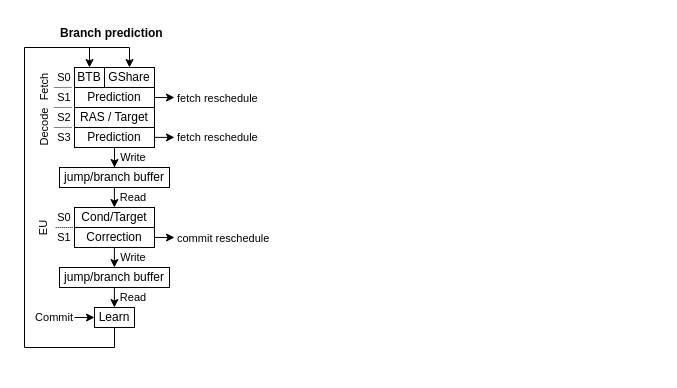
SpinalHDL/NaxRiscv-Rtd keeps this draw.io diagram as page "prediction" (5 of 11) of source/asset/miaou.drawio. Above is the earlier version. Source tidied: cells renumbered, new cells numbered last; positions are measured from the earlier drawing's top-left corner, leaving out a move shared by most shapes. Both pictures are drawn from the tidied source at 100%, with x=0, y=0 at pixel (14, 17).
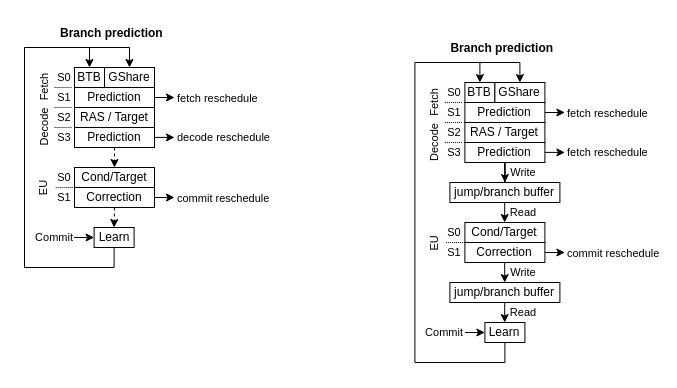
Above is the later version.

The change refers to these unchanged cells:
```xml
<mxCell id="4" value="GShare" style="rounded=0;whiteSpace=wrap;html=1;" parent="1" vertex="1">
  <mxGeometry x="90" y="50" width="50" height="20" as="geometry" />
</mxCell>
<mxCell id="10" value="Prediction" style="rounded=0;whiteSpace=wrap;html=1;" parent="1" vertex="1">
  <mxGeometry x="60" y="110" width="80" height="20" as="geometry" />
</mxCell>
<mxCell id="11" style="edgeStyle=orthogonalEdgeStyle;rounded=0;orthogonalLoop=1;jettySize=auto;html=1;labelBackgroundColor=none;endArrow=classic;endFill=1;exitX=1;exitY=0.5;exitDx=0;exitDy=0;" parent="1" edge="1">
  <mxGeometry relative="1" as="geometry">
    <mxPoint x="140" y="119.9" as="sourcePoint" />
    <mxPoint x="160" y="119.9" as="targetPoint" />
  </mxGeometry>
</mxCell>
```

What changed in the source:
```diff
@@
-    <mxCell id="9" style="edgeStyle=orthogonalEdgeStyle;rounded=0;jettySize=auto;html=1;entryX=0.5;entryY=0;entryDx=0;entryDy=0;labelBackgroundColor=none;endArrow=classic;endFill=1;" parent="1" edge="1" source="10" target="20">
-      <mxGeometry relative="1" as="geometry" />
-    </mxCell>
@@
-    <mxCell id="12" value="fetch reschedule" style="edgeLabel;html=1;align=left;verticalAlign=middle;labelBackgroundColor=none;" parent="11" vertex="1">
+    <mxCell id="12" value="decode reschedule" style="edgeLabel;html=1;align=left;verticalAlign=middle;labelBackgroundColor=none;" parent="11" vertex="1">
       <mxGeometry x="0.46" y="-2" relative="1" as="geometry">
         <mxPoint x="6" y="-2" as="offset" />
       </mxGeometry>
     </mxCell>
@@
-    <mxCell id="20" value="jump/branch buffer" style="rounded=0;whiteSpace=wrap;html=1;" parent="1" vertex="1">
-      <mxGeometry x="45" y="150" width="110" height="20" as="geometry" />
-    </mxCell>
     <mxCell id="21" value="S0" style="text;html=1;strokeColor=none;fillColor=none;align=center;verticalAlign=middle;whiteSpace=wrap;rounded=0;dashed=1;dashPattern=1 1;labelBackgroundColor=none;fontSize=11;" parent="1" vertex="1">
-      <mxGeometry x="40" y="190" width="20" height="20" as="geometry" />
+      <mxGeometry x="40" y="150" width="20" height="20" as="geometry" />
     </mxCell>
@@
     <mxCell id="24" value="EU" style="text;html=1;strokeColor=none;fillColor=none;align=center;verticalAlign=middle;whiteSpace=wrap;rounded=0;dashed=1;dashPattern=1 1;labelBackgroundColor=none;fontSize=11;rotation=-90;" parent="1" vertex="1">
-      <mxGeometry x="10" y="200.8" width="39.2" height="19.2" as="geometry" />
+      <mxGeometry x="10" y="160.8" width="39.2" height="19.2" as="geometry" />
     </mxCell>
     <mxCell id="25" style="endArrow=none;html=1;rounded=0;dashed=1;dashPattern=1 1;" parent="1" edge="1">
       <mxGeometry relative="1" as="geometry">
-        <mxPoint x="41.2" y="210.1" as="sourcePoint" />
-        <mxPoint x="58.8" y="210" as="targetPoint" />
+        <mxPoint x="41.2" y="170.1" as="sourcePoint" />
+        <mxPoint x="58.8" y="170" as="targetPoint" />
       </mxGeometry>
     </mxCell>
-    <mxCell id="26" style="edgeStyle=orthogonalEdgeStyle;rounded=0;orthogonalLoop=1;jettySize=auto;html=1;entryX=0.5;entryY=0;entryDx=0;entryDy=0;labelBackgroundColor=none;endArrow=classic;endFill=1;" parent="1" edge="1">
-      <mxGeometry relative="1" as="geometry">
-        <mxPoint x="99.9" y="170" as="sourcePoint" />
-        <mxPoint x="99.9" y="190" as="targetPoint" />
-      </mxGeometry>
+    <mxCell id="26" style="edgeStyle=orthogonalEdgeStyle;rounded=0;jettySize=auto;html=1;entryX=0.5;entryY=0;entryDx=0;entryDy=0;labelBackgroundColor=none;endArrow=classic;endFill=1;exitX=0.5;exitY=1;exitDx=0;exitDy=0;dashed=1;" parent="1" edge="1" source="10" target="27">
+      <mxGeometry relative="1" as="geometry" />
     </mxCell>
     <mxCell id="27" value="Cond/Target" style="rounded=0;whiteSpace=wrap;html=1;" parent="1" vertex="1">
-      <mxGeometry x="60" y="190" width="80" height="20" as="geometry" />
+      <mxGeometry x="60" y="150" width="80" height="20" as="geometry" />
     </mxCell>
     <mxCell id="28" value="Correction" style="rounded=0;whiteSpace=wrap;html=1;" parent="1" vertex="1">
-      <mxGeometry x="60" y="210" width="80" height="20" as="geometry" />
+      <mxGeometry x="60" y="170" width="80" height="20" as="geometry" />
     </mxCell>
     <mxCell id="29" value="S1" style="text;html=1;strokeColor=none;fillColor=none;align=center;verticalAlign=middle;whiteSpace=wrap;rounded=0;dashed=1;dashPattern=1 1;labelBackgroundColor=none;fontSize=11;" parent="1" vertex="1">
-      <mxGeometry x="40" y="210" width="20" height="20" as="geometry" />
+      <mxGeometry x="40" y="170" width="20" height="20" as="geometry" />
     </mxCell>
-    <mxCell id="30" value="jump/branch buffer" style="rounded=0;whiteSpace=wrap;html=1;" parent="1" vertex="1">
-      <mxGeometry x="45" y="250" width="110" height="20" as="geometry" />
-    </mxCell>
-    <mxCell id="31" style="edgeStyle=orthogonalEdgeStyle;rounded=0;orthogonalLoop=1;jettySize=auto;html=1;entryX=0.5;entryY=0;entryDx=0;entryDy=0;labelBackgroundColor=none;endArrow=classic;endFill=1;" parent="1" edge="1">
-      <mxGeometry relative="1" as="geometry">
-        <mxPoint x="99.9" y="230" as="sourcePoint" />
-        <mxPoint x="99.9" y="250" as="targetPoint" />
-      </mxGeometry>
-    </mxCell>
-    <mxCell id="32" value="Write" style="text;html=1;strokeColor=none;fillColor=none;align=center;verticalAlign=middle;whiteSpace=wrap;rounded=0;dashed=1;dashPattern=1 1;labelBackgroundColor=none;fontSize=11;" parent="1" vertex="1">
-      <mxGeometry x="109" y="130" width="20" height="20" as="geometry" />
-    </mxCell>
-    <mxCell id="33" value="Read" style="text;html=1;strokeColor=none;fillColor=none;align=center;verticalAlign=middle;whiteSpace=wrap;rounded=0;dashed=1;dashPattern=1 1;labelBackgroundColor=none;fontSize=11;" parent="1" vertex="1">
-      <mxGeometry x="109" y="170" width="20" height="20" as="geometry" />
-    </mxCell>
-    <mxCell id="34" value="Write" style="text;html=1;strokeColor=none;fillColor=none;align=center;verticalAlign=middle;whiteSpace=wrap;rounded=0;dashed=1;dashPattern=1 1;labelBackgroundColor=none;fontSize=11;" parent="1" vertex="1">
-      <mxGeometry x="109" y="230" width="20" height="20" as="geometry" />
-    </mxCell>
-    <mxCell id="35" style="edgeStyle=orthogonalEdgeStyle;rounded=0;orthogonalLoop=1;jettySize=auto;html=1;entryX=0.5;entryY=0;entryDx=0;entryDy=0;labelBackgroundColor=none;endArrow=classic;endFill=1;" parent="1" edge="1">
-      <mxGeometry relative="1" as="geometry">
-        <mxPoint x="99.9" y="270" as="sourcePoint" />
-        <mxPoint x="99.9" y="290" as="targetPoint" />
-      </mxGeometry>
+    <mxCell id="35" style="edgeStyle=orthogonalEdgeStyle;rounded=0;jettySize=auto;html=1;entryX=0.5;entryY=0;entryDx=0;entryDy=0;labelBackgroundColor=none;endArrow=classic;endFill=1;exitX=0.5;exitY=1;exitDx=0;exitDy=0;dashed=1;" parent="1" edge="1" source="28" target="38">
+      <mxGeometry relative="1" as="geometry" />
     </mxCell>
-    <mxCell id="36" value="Read" style="text;html=1;strokeColor=none;fillColor=none;align=center;verticalAlign=middle;whiteSpace=wrap;rounded=0;dashed=1;dashPattern=1 1;labelBackgroundColor=none;fontSize=11;" parent="1" vertex="1">
-      <mxGeometry x="109" y="270" width="20" height="20" as="geometry" />
-    </mxCell>
     <mxCell id="37" style="edgeStyle=orthogonalEdgeStyle;rounded=0;jettySize=auto;html=1;entryX=0.5;entryY=0;entryDx=0;entryDy=0;labelBackgroundColor=none;endArrow=classic;endFill=1;" parent="1" edge="1" source="38" target="4">
       <mxGeometry relative="1" as="geometry">
         <Array as="points">
-          <mxPoint x="100" y="330" />
-          <mxPoint x="10" y="330" />
+          <mxPoint x="100" y="250" />
+          <mxPoint x="10" y="250" />
           <mxPoint x="10" y="30" />
           <mxPoint x="115" y="30" />
         </Array>
       </mxGeometry>
     </mxCell>
     <mxCell id="38" value="Learn" style="rounded=0;whiteSpace=wrap;html=1;" parent="1" vertex="1">
-      <mxGeometry x="80" y="290" width="40" height="20" as="geometry" />
+      <mxGeometry x="79.6" y="210" width="40" height="20" as="geometry" />
     </mxCell>
     <mxCell id="39" value="Commit" style="edgeStyle=orthogonalEdgeStyle;rounded=0;orthogonalLoop=1;jettySize=auto;html=1;labelBackgroundColor=none;endArrow=classic;endFill=1;align=right;" parent="1" edge="1">
       <mxGeometry x="-1" relative="1" as="geometry">
-        <mxPoint x="60" y="300" as="sourcePoint" />
-        <mxPoint x="80" y="300" as="targetPoint" />
+        <mxPoint x="59.6" y="220" as="sourcePoint" />
+        <mxPoint x="79.6" y="220" as="targetPoint" />
       </mxGeometry>
     </mxCell>
@@
     <mxCell id="41" style="edgeStyle=orthogonalEdgeStyle;rounded=0;orthogonalLoop=1;jettySize=auto;html=1;labelBackgroundColor=none;endArrow=classic;endFill=1;exitX=1;exitY=0.5;exitDx=0;exitDy=0;" parent="1" edge="1">
       <mxGeometry relative="1" as="geometry">
-        <mxPoint x="140" y="220" as="sourcePoint" />
-        <mxPoint x="160" y="220" as="targetPoint" />
+        <mxPoint x="140" y="180" as="sourcePoint" />
+        <mxPoint x="160" y="180" as="targetPoint" />
       </mxGeometry>
     </mxCell>
@@
+    <mxCell id="43" style="edgeStyle=orthogonalEdgeStyle;rounded=0;jettySize=auto;html=1;labelBackgroundColor=none;endArrow=none;endFill=0;startArrow=classic;startFill=1;" parent="1" edge="1" source="44">
+      <mxGeometry relative="1" as="geometry">
+        <mxPoint x="465.4" y="45" as="targetPoint" />
+      </mxGeometry>
+    </mxCell>
+    <mxCell id="44" value="BTB" style="rounded=0;whiteSpace=wrap;html=1;" parent="1" vertex="1">
+      <mxGeometry x="450.4" y="65" width="30" height="20" as="geometry" />
+    </mxCell>
+    <mxCell id="45" value="GShare" style="rounded=0;whiteSpace=wrap;html=1;" parent="1" vertex="1">
+      <mxGeometry x="480.4" y="65" width="50" height="20" as="geometry" />
+    </mxCell>
+    <mxCell id="46" style="edgeStyle=orthogonalEdgeStyle;rounded=0;jettySize=auto;html=1;labelBackgroundColor=none;endArrow=classic;endFill=1;exitX=1;exitY=0.5;exitDx=0;exitDy=0;" parent="1" edge="1" source="48">
+      <mxGeometry relative="1" as="geometry">
+        <mxPoint x="550.4" y="95" as="targetPoint" />
+      </mxGeometry>
+    </mxCell>
+    <mxCell id="47" value="fetch reschedule" style="edgeLabel;html=1;align=left;verticalAlign=middle;labelBackgroundColor=none;" parent="46" vertex="1">
+      <mxGeometry x="0.46" y="-2" relative="1" as="geometry">
+        <mxPoint x="6" y="-2" as="offset" />
+      </mxGeometry>
+    </mxCell>
+    <mxCell id="48" value="Prediction" style="rounded=0;whiteSpace=wrap;html=1;" parent="1" vertex="1">
+      <mxGeometry x="450.4" y="85" width="80" height="20" as="geometry" />
+    </mxCell>
+    <mxCell id="49" value="RAS / Target" style="rounded=0;whiteSpace=wrap;html=1;" parent="1" vertex="1">
+      <mxGeometry x="450.4" y="105" width="80" height="20" as="geometry" />
+    </mxCell>
+    <mxCell id="50" style="edgeStyle=orthogonalEdgeStyle;rounded=0;jettySize=auto;html=1;entryX=0.5;entryY=0;entryDx=0;entryDy=0;labelBackgroundColor=none;endArrow=classic;endFill=1;" parent="1" edge="1" source="51" target="61">
+      <mxGeometry relative="1" as="geometry" />
+    </mxCell>
+    <mxCell id="51" value="Prediction" style="rounded=0;whiteSpace=wrap;html=1;" parent="1" vertex="1">
+      <mxGeometry x="450.4" y="125" width="80" height="20" as="geometry" />
+    </mxCell>
+    <mxCell id="52" style="edgeStyle=orthogonalEdgeStyle;rounded=0;orthogonalLoop=1;jettySize=auto;html=1;labelBackgroundColor=none;endArrow=classic;endFill=1;exitX=1;exitY=0.5;exitDx=0;exitDy=0;" parent="1" edge="1">
+      <mxGeometry relative="1" as="geometry">
+        <mxPoint x="530.4" y="134.9" as="sourcePoint" />
+        <mxPoint x="550.4" y="134.9" as="targetPoint" />
+      </mxGeometry>
+    </mxCell>
+    <mxCell id="53" value="fetch reschedule" style="edgeLabel;html=1;align=left;verticalAlign=middle;labelBackgroundColor=none;" parent="52" vertex="1">
+      <mxGeometry x="0.46" y="-2" relative="1" as="geometry">
+        <mxPoint x="6" y="-2" as="offset" />
+      </mxGeometry>
+    </mxCell>
+    <mxCell id="54" value="S0" style="text;html=1;strokeColor=none;fillColor=none;align=center;verticalAlign=middle;whiteSpace=wrap;rounded=0;dashed=1;dashPattern=1 1;labelBackgroundColor=none;fontSize=11;" parent="1" vertex="1">
+      <mxGeometry x="430.4" y="65" width="20" height="20" as="geometry" />
+    </mxCell>
+    <mxCell id="55" style="endArrow=none;html=1;rounded=0;dashed=1;dashPattern=1 1;" parent="1" edge="1">
+      <mxGeometry relative="1" as="geometry">
+        <mxPoint x="430.4" y="85" as="sourcePoint" />
+        <mxPoint x="447.9" y="84.9" as="targetPoint" />
+      </mxGeometry>
+    </mxCell>
+    <mxCell id="56" value="S1" style="text;html=1;strokeColor=none;fillColor=none;align=center;verticalAlign=middle;whiteSpace=wrap;rounded=0;dashed=1;dashPattern=1 1;labelBackgroundColor=none;fontSize=11;" parent="1" vertex="1">
+      <mxGeometry x="430.4" y="85" width="20" height="20" as="geometry" />
+    </mxCell>
+    <mxCell id="57" style="endArrow=none;html=1;rounded=0;dashed=1;dashPattern=1 1;" parent="1" edge="1">
+      <mxGeometry relative="1" as="geometry">
+        <mxPoint x="430.4" y="105" as="sourcePoint" />
+        <mxPoint x="447.9" y="104.9" as="targetPoint" />
+      </mxGeometry>
+    </mxCell>
+    <mxCell id="58" value="S2" style="text;html=1;strokeColor=none;fillColor=none;align=center;verticalAlign=middle;whiteSpace=wrap;rounded=0;dashed=1;dashPattern=1 1;labelBackgroundColor=none;fontSize=11;" parent="1" vertex="1">
+      <mxGeometry x="430.4" y="105" width="20" height="20" as="geometry" />
+    </mxCell>
+    <mxCell id="59" style="endArrow=none;html=1;rounded=0;dashed=1;dashPattern=1 1;" parent="1" edge="1">
+      <mxGeometry relative="1" as="geometry">
+        <mxPoint x="430.4" y="125" as="sourcePoint" />
+        <mxPoint x="447.9" y="124.9" as="targetPoint" />
+      </mxGeometry>
+    </mxCell>
+    <mxCell id="60" value="S3" style="text;html=1;strokeColor=none;fillColor=none;align=center;verticalAlign=middle;whiteSpace=wrap;rounded=0;dashed=1;dashPattern=1 1;labelBackgroundColor=none;fontSize=11;" parent="1" vertex="1">
+      <mxGeometry x="430.4" y="125" width="20" height="20" as="geometry" />
+    </mxCell>
+    <mxCell id="61" value="jump/branch buffer" style="rounded=0;whiteSpace=wrap;html=1;" parent="1" vertex="1">
+      <mxGeometry x="435.4" y="165" width="110" height="20" as="geometry" />
+    </mxCell>
+    <mxCell id="62" value="S0" style="text;html=1;strokeColor=none;fillColor=none;align=center;verticalAlign=middle;whiteSpace=wrap;rounded=0;dashed=1;dashPattern=1 1;labelBackgroundColor=none;fontSize=11;" parent="1" vertex="1">
+      <mxGeometry x="430.4" y="205" width="20" height="20" as="geometry" />
+    </mxCell>
+    <mxCell id="63" value="Fetch" style="text;html=1;strokeColor=none;fillColor=none;align=center;verticalAlign=middle;whiteSpace=wrap;rounded=0;dashed=1;dashPattern=1 1;labelBackgroundColor=none;fontSize=11;rotation=-90;" parent="1" vertex="1">
+      <mxGeometry x="390" y="75" width="60" height="20" as="geometry" />
+    </mxCell>
+    <mxCell id="64" value="Decode" style="text;html=1;strokeColor=none;fillColor=none;align=center;verticalAlign=middle;whiteSpace=wrap;rounded=0;dashed=1;dashPattern=1 1;labelBackgroundColor=none;fontSize=11;rotation=-90;" parent="1" vertex="1">
+      <mxGeometry x="410" y="115" width="20" height="20" as="geometry" />
+    </mxCell>
+    <mxCell id="65" value="EU" style="text;html=1;strokeColor=none;fillColor=none;align=center;verticalAlign=middle;whiteSpace=wrap;rounded=0;dashed=1;dashPattern=1 1;labelBackgroundColor=none;fontSize=11;rotation=-90;" parent="1" vertex="1">
+      <mxGeometry x="400.4" y="215.8" width="39.2" height="19.2" as="geometry" />
+    </mxCell>
+    <mxCell id="66" style="endArrow=none;html=1;rounded=0;dashed=1;dashPattern=1 1;" parent="1" edge="1">
+      <mxGeometry relative="1" as="geometry">
+        <mxPoint x="431.6" y="225.1" as="sourcePoint" />
+        <mxPoint x="449.1" y="225" as="targetPoint" />
+      </mxGeometry>
+    </mxCell>
+    <mxCell id="67" style="edgeStyle=orthogonalEdgeStyle;rounded=0;orthogonalLoop=1;jettySize=auto;html=1;entryX=0.5;entryY=0;entryDx=0;entryDy=0;labelBackgroundColor=none;endArrow=classic;endFill=1;" parent="1" edge="1">
+      <mxGeometry relative="1" as="geometry">
+        <mxPoint x="490.2" y="185" as="sourcePoint" />
+        <mxPoint x="490.2" y="205" as="targetPoint" />
+      </mxGeometry>
+    </mxCell>
+    <mxCell id="68" value="Cond/Target" style="rounded=0;whiteSpace=wrap;html=1;" parent="1" vertex="1">
+      <mxGeometry x="450.4" y="205" width="80" height="20" as="geometry" />
+    </mxCell>
+    <mxCell id="69" value="Correction" style="rounded=0;whiteSpace=wrap;html=1;" parent="1" vertex="1">
+      <mxGeometry x="450.4" y="225" width="80" height="20" as="geometry" />
+    </mxCell>
+    <mxCell id="70" value="S1" style="text;html=1;strokeColor=none;fillColor=none;align=center;verticalAlign=middle;whiteSpace=wrap;rounded=0;dashed=1;dashPattern=1 1;labelBackgroundColor=none;fontSize=11;" parent="1" vertex="1">
+      <mxGeometry x="430.4" y="225" width="20" height="20" as="geometry" />
+    </mxCell>
+    <mxCell id="71" value="jump/branch buffer" style="rounded=0;whiteSpace=wrap;html=1;" parent="1" vertex="1">
+      <mxGeometry x="435.4" y="265" width="110" height="20" as="geometry" />
+    </mxCell>
+    <mxCell id="72" style="edgeStyle=orthogonalEdgeStyle;rounded=0;orthogonalLoop=1;jettySize=auto;html=1;entryX=0.5;entryY=0;entryDx=0;entryDy=0;labelBackgroundColor=none;endArrow=classic;endFill=1;" parent="1" edge="1">
+      <mxGeometry relative="1" as="geometry">
+        <mxPoint x="490.2" y="245" as="sourcePoint" />
+        <mxPoint x="490.2" y="265" as="targetPoint" />
+      </mxGeometry>
+    </mxCell>
+    <mxCell id="73" value="Write" style="text;html=1;strokeColor=none;fillColor=none;align=center;verticalAlign=middle;whiteSpace=wrap;rounded=0;dashed=1;dashPattern=1 1;labelBackgroundColor=none;fontSize=11;" parent="1" vertex="1">
+      <mxGeometry x="499.4" y="145" width="20" height="20" as="geometry" />
+    </mxCell>
+    <mxCell id="74" value="Read" style="text;html=1;strokeColor=none;fillColor=none;align=center;verticalAlign=middle;whiteSpace=wrap;rounded=0;dashed=1;dashPattern=1 1;labelBackgroundColor=none;fontSize=11;" parent="1" vertex="1">
+      <mxGeometry x="499.4" y="185" width="20" height="20" as="geometry" />
+    </mxCell>
+    <mxCell id="75" value="Write" style="text;html=1;strokeColor=none;fillColor=none;align=center;verticalAlign=middle;whiteSpace=wrap;rounded=0;dashed=1;dashPattern=1 1;labelBackgroundColor=none;fontSize=11;" parent="1" vertex="1">
+      <mxGeometry x="499.4" y="245" width="20" height="20" as="geometry" />
+    </mxCell>
+    <mxCell id="76" style="edgeStyle=orthogonalEdgeStyle;rounded=0;orthogonalLoop=1;jettySize=auto;html=1;entryX=0.5;entryY=0;entryDx=0;entryDy=0;labelBackgroundColor=none;endArrow=classic;endFill=1;" parent="1" edge="1">
+      <mxGeometry relative="1" as="geometry">
+        <mxPoint x="490.2" y="285" as="sourcePoint" />
+        <mxPoint x="490.2" y="305" as="targetPoint" />
+      </mxGeometry>
+    </mxCell>
+    <mxCell id="77" value="Read" style="text;html=1;strokeColor=none;fillColor=none;align=center;verticalAlign=middle;whiteSpace=wrap;rounded=0;dashed=1;dashPattern=1 1;labelBackgroundColor=none;fontSize=11;" parent="1" vertex="1">
+      <mxGeometry x="499.4" y="285" width="20" height="20" as="geometry" />
+    </mxCell>
+    <mxCell id="78" style="edgeStyle=orthogonalEdgeStyle;rounded=0;jettySize=auto;html=1;entryX=0.5;entryY=0;entryDx=0;entryDy=0;labelBackgroundColor=none;endArrow=classic;endFill=1;" parent="1" edge="1" source="79" target="45">
+      <mxGeometry relative="1" as="geometry">
+        <Array as="points">
+          <mxPoint x="490.4" y="345" />
+          <mxPoint x="400.4" y="345" />
+          <mxPoint x="400.4" y="45" />
+          <mxPoint x="505.4" y="45" />
+        </Array>
+      </mxGeometry>
+    </mxCell>
+    <mxCell id="79" value="Learn" style="rounded=0;whiteSpace=wrap;html=1;" parent="1" vertex="1">
+      <mxGeometry x="470.4" y="305" width="40" height="20" as="geometry" />
+    </mxCell>
+    <mxCell id="80" value="Commit" style="edgeStyle=orthogonalEdgeStyle;rounded=0;orthogonalLoop=1;jettySize=auto;html=1;labelBackgroundColor=none;endArrow=classic;endFill=1;align=right;" parent="1" edge="1">
+      <mxGeometry x="-1" relative="1" as="geometry">
+        <mxPoint x="450.4" y="315" as="sourcePoint" />
+        <mxPoint x="470.4" y="315" as="targetPoint" />
+      </mxGeometry>
+    </mxCell>
+    <mxCell id="81" value="Branch prediction" style="text;strokeColor=none;fillColor=none;align=left;verticalAlign=middle;spacingLeft=4;spacingRight=4;overflow=hidden;fontStyle=1;" parent="1" vertex="1">
+      <mxGeometry x="430.4" y="15" width="145" height="30" as="geometry" />
+    </mxCell>
+    <mxCell id="82" style="edgeStyle=orthogonalEdgeStyle;rounded=0;orthogonalLoop=1;jettySize=auto;html=1;labelBackgroundColor=none;endArrow=classic;endFill=1;exitX=1;exitY=0.5;exitDx=0;exitDy=0;" parent="1" edge="1">
+      <mxGeometry relative="1" as="geometry">
+        <mxPoint x="530.4" y="235" as="sourcePoint" />
+        <mxPoint x="550.4" y="235" as="targetPoint" />
+      </mxGeometry>
+    </mxCell>
+    <mxCell id="83" value="commit reschedule" style="edgeLabel;html=1;align=left;verticalAlign=middle;labelBackgroundColor=none;" parent="82" vertex="1">
+      <mxGeometry x="0.46" y="-2" relative="1" as="geometry">
+        <mxPoint x="6" y="-2" as="offset" />
+      </mxGeometry>
+    </mxCell>
```
